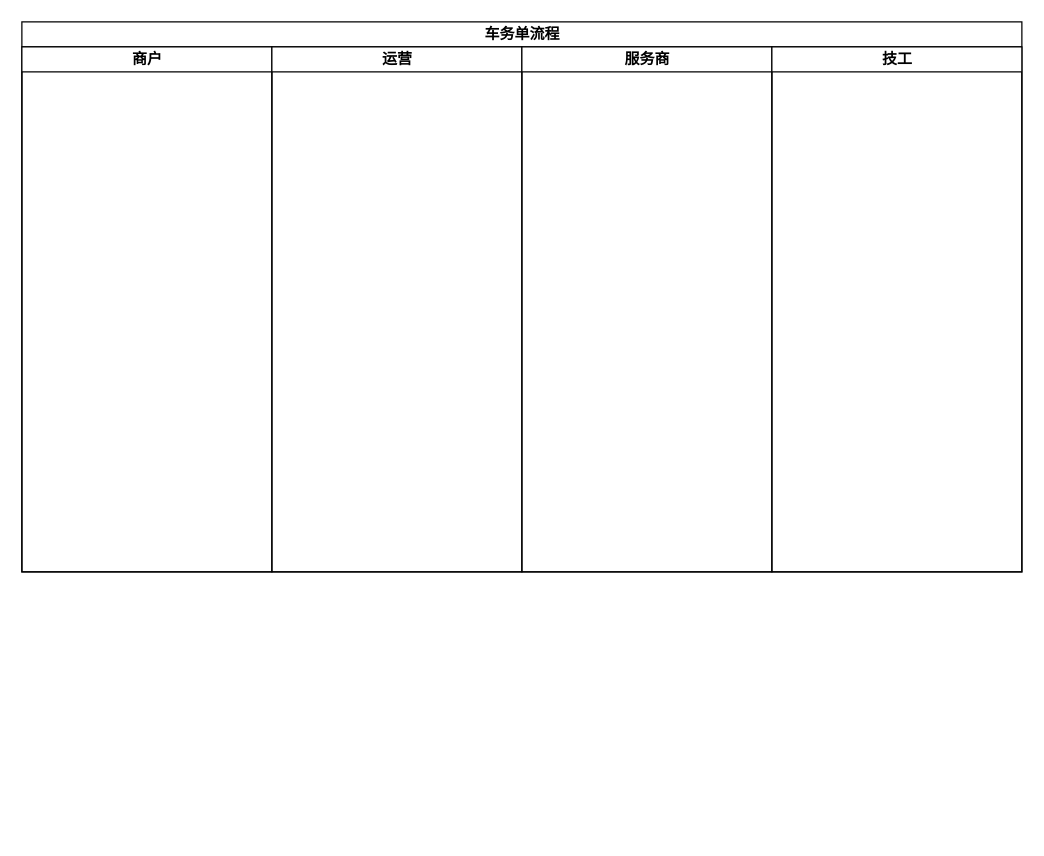
This is page "包活干-2.0.0" (2 of 2) of diagram-bao_huo_gan.drawio from Woobhurk/tyz-pic-repo, a draw.io file, before an edit. Source tidied: cells renumbered, new cells numbered last; positions are measured from the earlier drawing's top-left corner, leaving out a move shared by most shapes. Both pictures are drawn from the tidied source at 125%, with x=0, y=0 at pixel (21, 21).
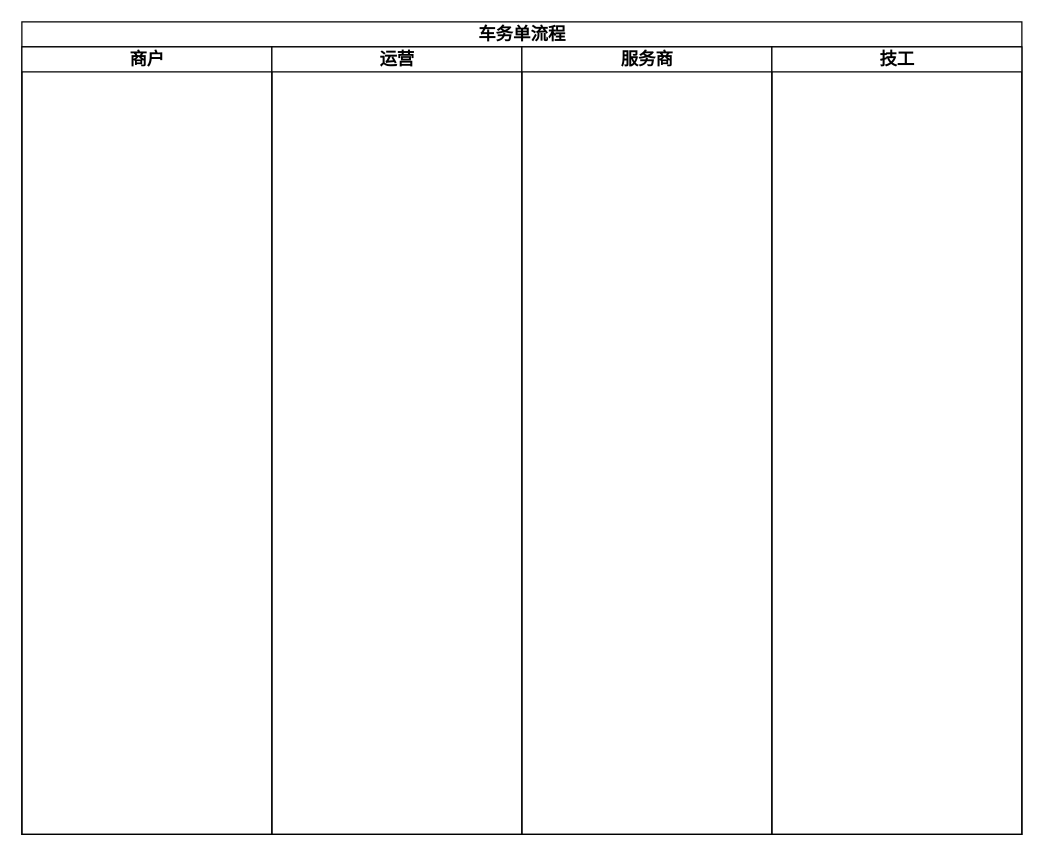
The same page after the edit.

Diff of the diagram source:
```diff
@@
 <mxGraphModel>
   <root>
     <mxCell id="0" />
     <mxCell id="1" parent="0" />
-    <mxCell id="2" value="车务单流程" style="swimlane;html=1;startSize=20;" parent="1" vertex="1">
-      <mxGeometry width="800" height="440" as="geometry" />
+    <mxCell id="2" value="车务单流程" style="swimlane;html=1;startSize=20;fontSize=14;" parent="1" vertex="1">
+      <mxGeometry width="800" height="650" as="geometry" />
     </mxCell>
-    <mxCell id="3" value="商户" style="swimlane;html=1;startSize=20;" parent="2" vertex="1">
-      <mxGeometry y="20" width="200" height="420" as="geometry" />
+    <mxCell id="3" value="商户" style="swimlane;html=1;startSize=20;fontSize=14;" parent="2" vertex="1">
+      <mxGeometry y="20" width="200" height="630" as="geometry" />
     </mxCell>
-    <mxCell id="4" value="运营" style="swimlane;html=1;startSize=20;" parent="2" vertex="1">
-      <mxGeometry x="200" y="20" width="200" height="420" as="geometry" />
+    <mxCell id="4" value="运营" style="swimlane;html=1;startSize=20;fontSize=14;" parent="2" vertex="1">
+      <mxGeometry x="200" y="20" width="200" height="630" as="geometry" />
     </mxCell>
-    <mxCell id="5" value="服务商" style="swimlane;html=1;startSize=20;" parent="2" vertex="1">
-      <mxGeometry x="400" y="20" width="200" height="420" as="geometry" />
+    <mxCell id="5" value="服务商" style="swimlane;html=1;startSize=20;fontSize=14;" parent="2" vertex="1">
+      <mxGeometry x="400" y="20" width="200" height="630" as="geometry" />
     </mxCell>
-    <mxCell id="6" value="技工" style="swimlane;html=1;startSize=20;" parent="2" vertex="1">
-      <mxGeometry x="600" y="20" width="200" height="420" as="geometry" />
+    <mxCell id="6" value="技工" style="swimlane;html=1;startSize=20;fontSize=14;" parent="2" vertex="1">
+      <mxGeometry x="600" y="20" width="200" height="630" as="geometry" />
     </mxCell>
   </root>
 </mxGraphModel>
```
